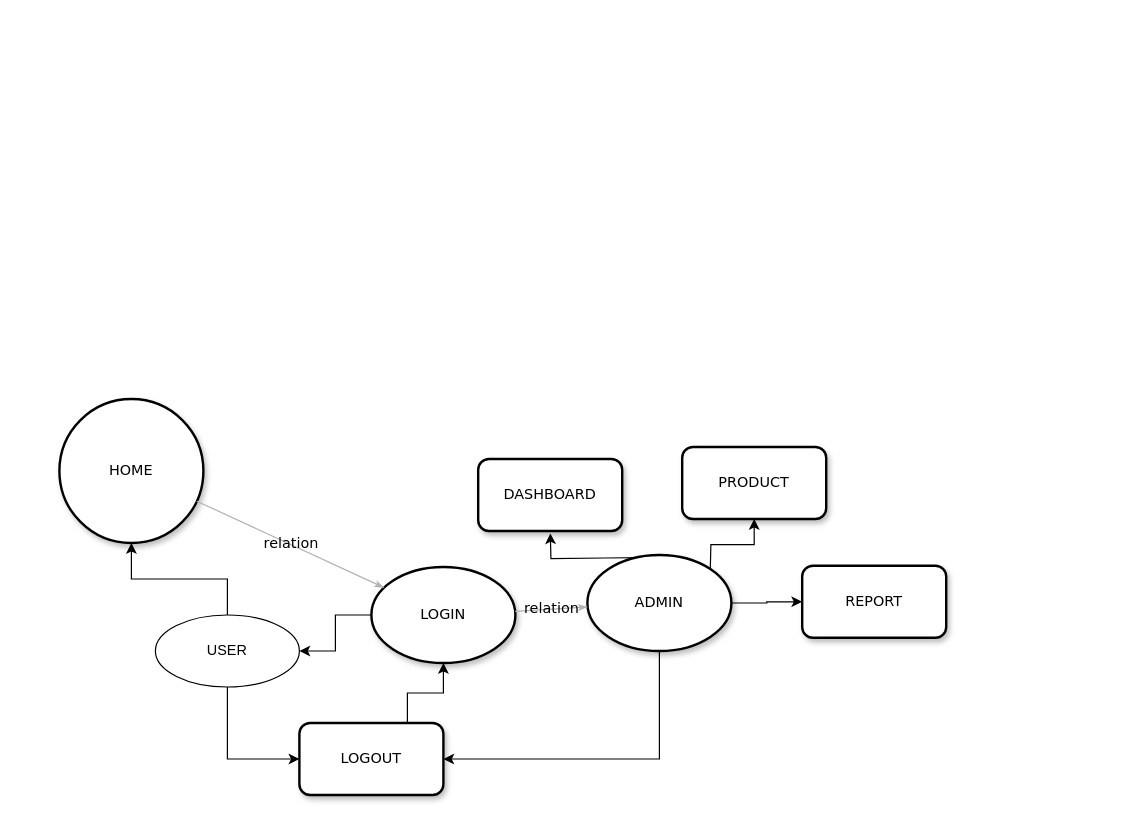
rajab-ode/test keeps this draw.io diagram as Untitled Diagram.drawio. Above is the earlier version. Source tidied: cells renumbered, new cells numbered last; positions are measured from the earlier drawing's top-left corner, leaving out a move shared by most shapes. Both pictures are drawn from the tidied source at 120%, with x=0, y=0 at pixel (59, 398).
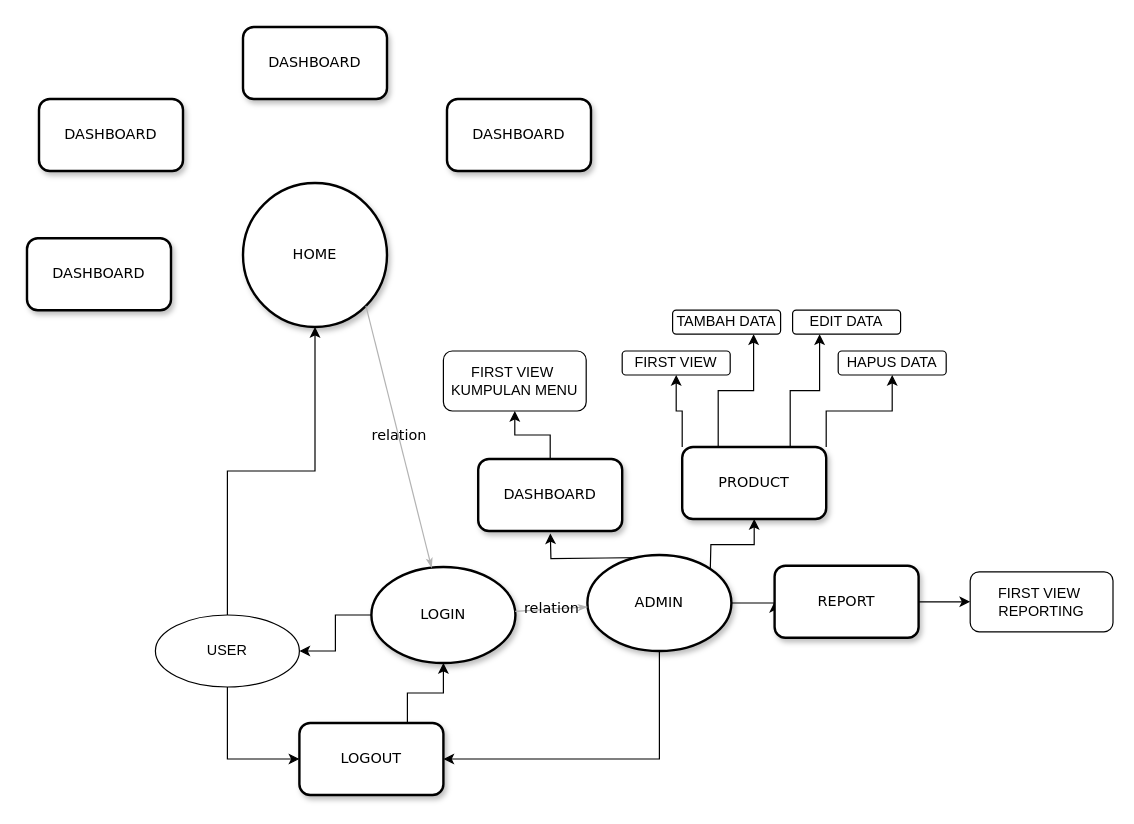
The same diagram, later.

Unchanged cells that the change refers to:
```xml
<mxCell id="4" value="LOGIN" style="ellipse;whiteSpace=wrap;html=1;rounded=1;shadow=1;comic=0;labelBackgroundColor=none;strokeWidth=2;fontFamily=Verdana;fontSize=12;align=center;" parent="1" vertex="1">
  <mxGeometry x="260" y="140" width="120" height="80" as="geometry" />
</mxCell>
<mxCell id="17" value="DASHBOARD" style="whiteSpace=wrap;html=1;fontFamily=Verdana;rounded=1;shadow=1;comic=0;labelBackgroundColor=none;strokeWidth=2;" parent="1" vertex="1">
  <mxGeometry x="349" y="50" width="120" height="60" as="geometry" />
</mxCell>
<mxCell id="18" value="PRODUCT" style="whiteSpace=wrap;html=1;fontFamily=Verdana;rounded=1;shadow=1;comic=0;labelBackgroundColor=none;strokeWidth=2;" parent="1" vertex="1">
  <mxGeometry x="519" y="40" width="120" height="60" as="geometry" />
</mxCell>
```

What changed in the source:
```diff
@@
     <mxCell id="2" value="HOME" style="ellipse;whiteSpace=wrap;html=1;rounded=1;shadow=1;comic=0;labelBackgroundColor=none;strokeWidth=2;fontFamily=Verdana;fontSize=12;align=center;" parent="1" vertex="1">
-      <mxGeometry width="120" height="120" as="geometry" />
+      <mxGeometry x="153" y="-180" width="120" height="120" as="geometry" />
     </mxCell>
@@
-    <mxCell id="10" value="relation" style="edgeStyle=none;rounded=1;html=1;labelBackgroundColor=none;startArrow=none;startFill=0;startSize=5;endArrow=classicThin;endFill=1;endSize=5;jettySize=auto;strokeColor=#B3B3B3;strokeWidth=1;fontFamily=Verdana;fontSize=12;" parent="1" edge="1" source="2" target="4">
+    <mxCell id="10" value="relation" style="edgeStyle=none;rounded=1;html=1;labelBackgroundColor=none;startArrow=none;startFill=0;startSize=5;endArrow=classicThin;endFill=1;endSize=5;jettySize=auto;strokeColor=#B3B3B3;strokeWidth=1;fontFamily=Verdana;fontSize=12;exitX=1;exitY=1;exitDx=0;exitDy=0;" parent="1" edge="1" source="2" target="4">
       <mxGeometry relative="1" as="geometry" />
     </mxCell>
@@
+    <mxCell id="20" style="edgeStyle=orthogonalEdgeStyle;rounded=0;jettySize=auto;html=1;exitX=0.5;exitY=0;exitDx=0;exitDy=0;entryX=0.5;entryY=1;entryDx=0;entryDy=0;" parent="1" edge="1" source="17" target="30">
+      <mxGeometry relative="1" as="geometry" />
+    </mxCell>
@@
+    <mxCell id="21" style="edgeStyle=orthogonalEdgeStyle;rounded=0;jettySize=auto;html=1;exitX=0;exitY=0;exitDx=0;exitDy=0;entryX=0.5;entryY=1;entryDx=0;entryDy=0;" parent="1" edge="1" source="18" target="26">
+      <mxGeometry relative="1" as="geometry" />
+    </mxCell>
+    <mxCell id="22" style="edgeStyle=orthogonalEdgeStyle;rounded=0;jettySize=auto;html=1;exitX=0.25;exitY=0;exitDx=0;exitDy=0;entryX=0.75;entryY=1;entryDx=0;entryDy=0;" parent="1" edge="1" source="18" target="27">
+      <mxGeometry relative="1" as="geometry" />
+    </mxCell>
+    <mxCell id="23" style="edgeStyle=orthogonalEdgeStyle;rounded=0;jettySize=auto;html=1;exitX=0.75;exitY=0;exitDx=0;exitDy=0;entryX=0.25;entryY=1;entryDx=0;entryDy=0;" parent="1" edge="1" source="18" target="28">
+      <mxGeometry relative="1" as="geometry" />
+    </mxCell>
+    <mxCell id="24" style="edgeStyle=orthogonalEdgeStyle;rounded=0;jettySize=auto;html=1;exitX=1;exitY=0;exitDx=0;exitDy=0;entryX=0.5;entryY=1;entryDx=0;entryDy=0;" parent="1" edge="1" source="18" target="29">
+      <mxGeometry relative="1" as="geometry" />
+    </mxCell>
@@
+    <mxCell id="25" style="edgeStyle=orthogonalEdgeStyle;rounded=0;jettySize=auto;html=1;exitX=1;exitY=0.5;exitDx=0;exitDy=0;entryX=0;entryY=0.5;entryDx=0;entryDy=0;" parent="1" edge="1" source="19" target="31">
+      <mxGeometry relative="1" as="geometry" />
+    </mxCell>
     <mxCell id="19" value="REPORT" style="whiteSpace=wrap;html=1;fontFamily=Verdana;rounded=1;shadow=1;comic=0;labelBackgroundColor=none;strokeWidth=2;" parent="1" vertex="1">
-      <mxGeometry x="619" y="139" width="120" height="60" as="geometry" />
+      <mxGeometry x="596" y="139" width="120" height="60" as="geometry" />
     </mxCell>
+    <mxCell id="26" value="FIRST VIEW" style="rounded=1;whiteSpace=wrap;html=1;" parent="1" vertex="1">
+      <mxGeometry x="469" y="-40" width="90" height="20" as="geometry" />
+    </mxCell>
+    <mxCell id="27" value="TAMBAH DATA" style="rounded=1;whiteSpace=wrap;html=1;" parent="1" vertex="1">
+      <mxGeometry x="511" y="-74" width="90" height="20" as="geometry" />
+    </mxCell>
+    <mxCell id="28" value="EDIT DATA" style="rounded=1;whiteSpace=wrap;html=1;" parent="1" vertex="1">
+      <mxGeometry x="611" y="-74" width="90" height="20" as="geometry" />
+    </mxCell>
+    <mxCell id="29" value="HAPUS DATA" style="rounded=1;whiteSpace=wrap;html=1;" parent="1" vertex="1">
+      <mxGeometry x="649" y="-40" width="90" height="20" as="geometry" />
+    </mxCell>
+    <mxCell id="30" value="FIRST VIEW&amp;nbsp;&lt;br&gt;KUMPULAN MENU" style="rounded=1;whiteSpace=wrap;html=1;" parent="1" vertex="1">
+      <mxGeometry x="320" y="-40" width="119" height="50" as="geometry" />
+    </mxCell>
+    <mxCell id="31" value="FIRST VIEW&amp;nbsp;&lt;br&gt;REPORTING" style="rounded=1;whiteSpace=wrap;html=1;" parent="1" vertex="1">
+      <mxGeometry x="759" y="144" width="119" height="50" as="geometry" />
+    </mxCell>
+    <mxCell id="32" value="DASHBOARD" style="whiteSpace=wrap;html=1;fontFamily=Verdana;rounded=1;shadow=1;comic=0;labelBackgroundColor=none;strokeWidth=2;" parent="1" vertex="1">
+      <mxGeometry x="-27" y="-134" width="120" height="60" as="geometry" />
+    </mxCell>
+    <mxCell id="33" value="DASHBOARD" style="whiteSpace=wrap;html=1;fontFamily=Verdana;rounded=1;shadow=1;comic=0;labelBackgroundColor=none;strokeWidth=2;" parent="1" vertex="1">
+      <mxGeometry x="153" y="-310" width="120" height="60" as="geometry" />
+    </mxCell>
+    <mxCell id="34" value="DASHBOARD" style="whiteSpace=wrap;html=1;fontFamily=Verdana;rounded=1;shadow=1;comic=0;labelBackgroundColor=none;strokeWidth=2;" parent="1" vertex="1">
+      <mxGeometry x="-17" y="-250" width="120" height="60" as="geometry" />
+    </mxCell>
+    <mxCell id="35" value="DASHBOARD" style="whiteSpace=wrap;html=1;fontFamily=Verdana;rounded=1;shadow=1;comic=0;labelBackgroundColor=none;strokeWidth=2;" parent="1" vertex="1">
+      <mxGeometry x="323" y="-250" width="120" height="60" as="geometry" />
+    </mxCell>
```
